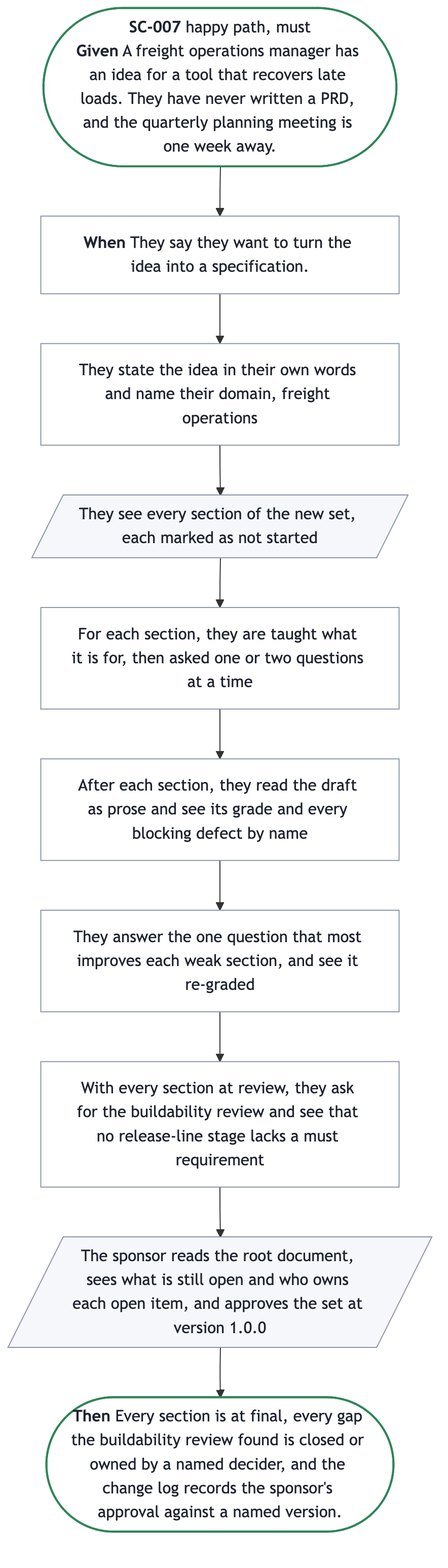
The Mermaid diagram docs/prd/prd-forge/diagrams/SC-007.png in SpillwaveSolutions/prd-forge, before a commit. Its source is kept beside it as docs/prd/prd-forge/diagrams/SC-007.mmd. Source of this version:
```mermaid
%%{init: {"flowchart": {"wrappingWidth": 300}}}%%
flowchart TB
  start(["<b>SC-007</b> happy path, must<br/><b>Given</b> A freight operations manager has an idea for a tool that recovers late loads. They have never written a PRD, and the quarterly planning meeting is one week away."])
  trigger["<b>When</b> They say they want to turn the idea into a specification."]
  s0["They state the idea in their own words and name their domain, freight operations"]
  s1[/"They see every section of the new set, each marked as not started"/]
  s2["For each section, they are taught what it is for, then asked one or two questions at a time"]
  s3["After each section, they read the draft as prose and see its grade and every blocking defect by name"]
  s4["They answer the one question that most improves each weak section, and see it re-graded"]
  s5["With every section at review, they ask for the buildability review and see that no release-line stage lacks a must requirement"]
  s6[/"The sponsor reads the root document, sees what is still open and who owns each open item, and approves the set at version 1.0.0"/]
  done(["<b>Then</b> Every section is at final, every gap the buildability review found is closed or owned by a named decider, and the change log records the sponsor's approval against a named version."])
  start --> trigger --> s0 --> s1 --> s2 --> s3 --> s4 --> s5 --> s6 --> done
  classDef ends fill:#FFFFFF,stroke:#2F855A,stroke-width:2px,color:#1F2430
  classDef sees fill:#F5F7FA,stroke:#8A94A6,color:#1F2430
  classDef does fill:#FFFFFF,stroke:#8A94A6,color:#1F2430
  class start,done ends
  class s0 does
  class s1 sees
  class s2 does
  class s3 does
  class s4 does
  class s5 does
  class s6 sees
  class trigger does
```
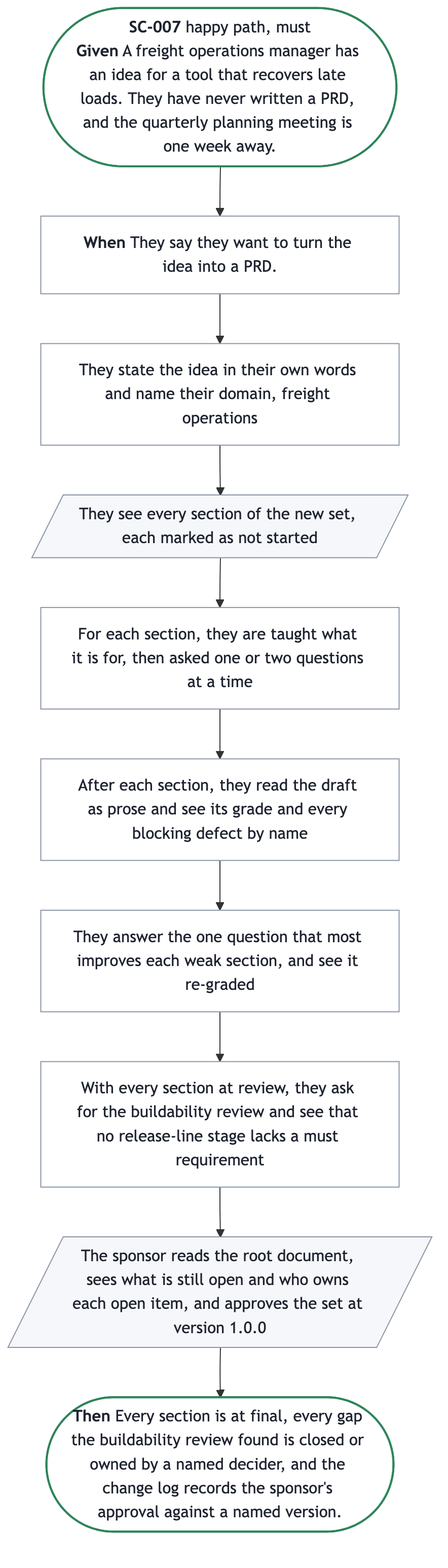
The same diagram one commit later.

Diff of the diagram source:
```diff
@@ -1,7 +1,7 @@
 %%{init: {"flowchart": {"wrappingWidth": 300}}}%%
 flowchart TB
   start(["<b>SC-007</b> happy path, must<br/><b>Given</b> A freight operations manager has an idea for a tool that recovers late loads. They have never written a PRD, and the quarterly planning meeting is one week away."])
-  trigger["<b>When</b> They say they want to turn the idea into a specification."]
+  trigger["<b>When</b> They say they want to turn the idea into a PRD."]
   s0["They state the idea in their own words and name their domain, freight operations"]
   s1[/"They see every section of the new set, each marked as not started"/]
   s2["For each section, they are taught what it is for, then asked one or two questions at a time"]
```
